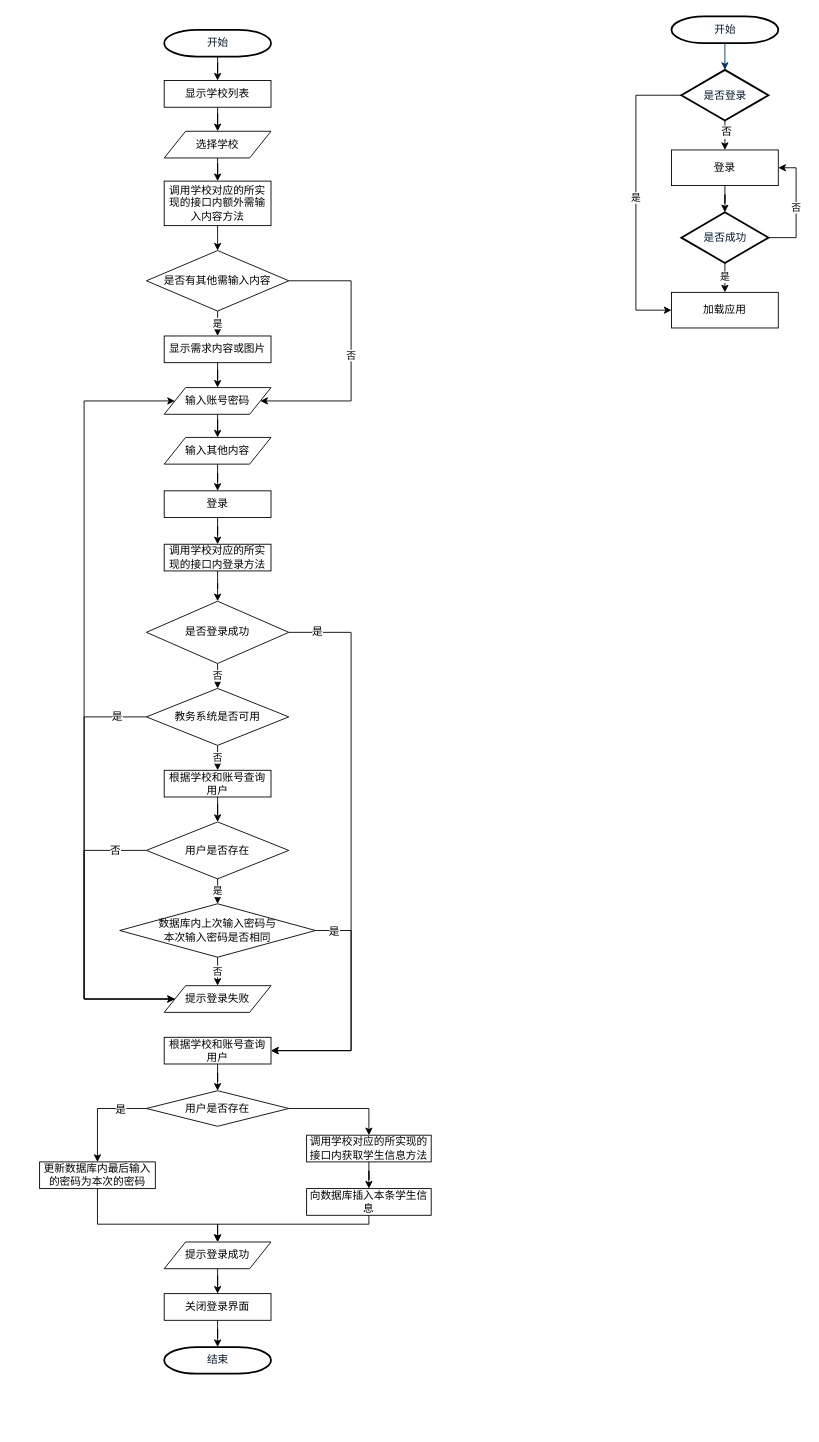
This is public/流程图.drawio from CodeMonkeyJeffGT/youBack, a draw.io file, before an edit. Source tidied: cells renumbered, new cells numbered last; positions are measured from the earlier drawing's top-left corner, leaving out a move shared by most shapes. Both pictures are drawn from the tidied source at 89%, with x=0, y=0 at pixel (39, 16).
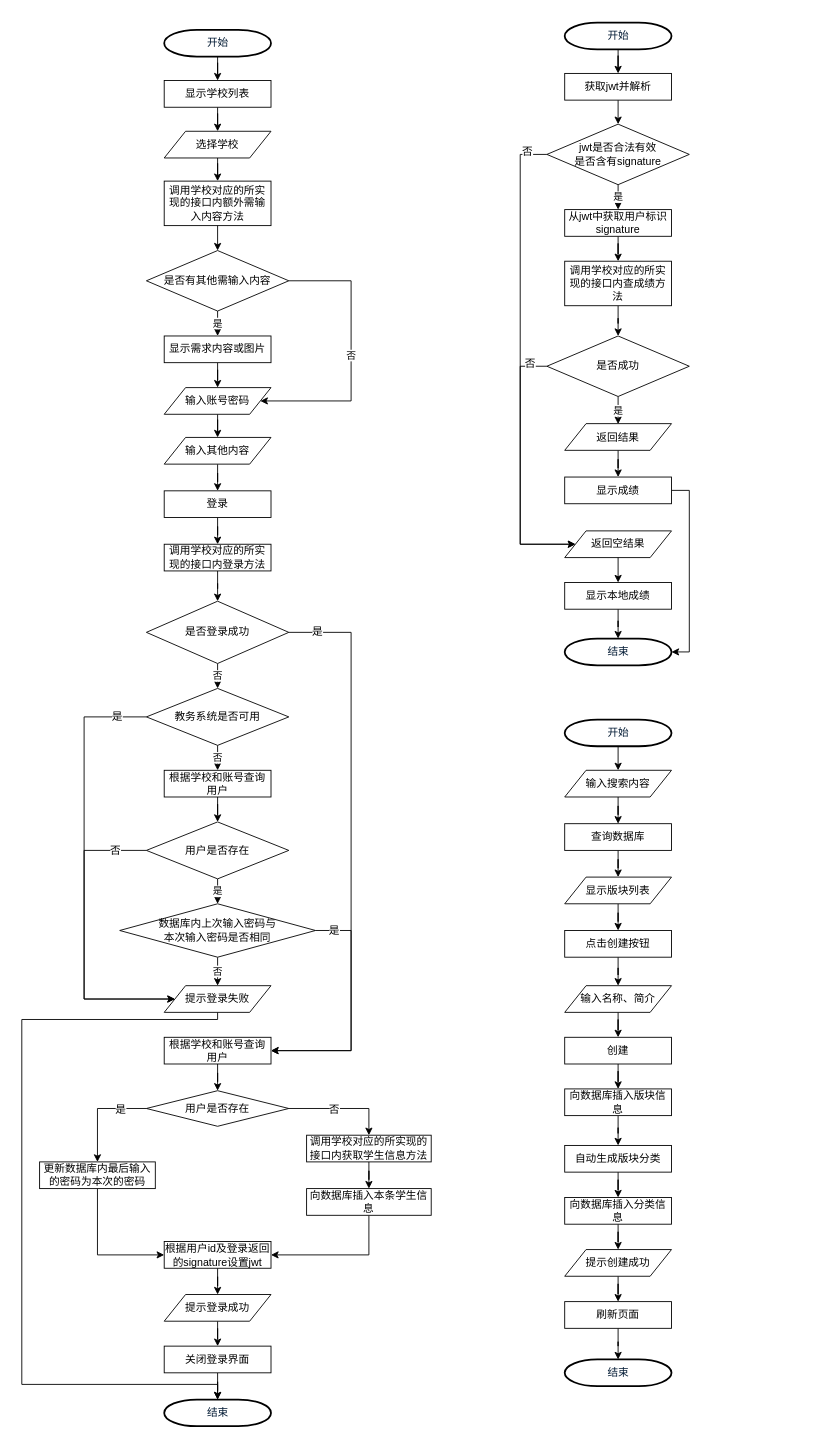
Above is the later version.

Commit message (it also covers changes not shown here):
更新流程图.drawio

The change refers to these unchanged cells:
```xml
<mxCell id="21" value="输入账号密码" style="shape=parallelogram;perimeter=parallelogramPerimeter;whiteSpace=wrap;html=1;" parent="1" vertex="1">
  <mxGeometry x="140" y="417" width="120" height="30" as="geometry" />
</mxCell>
<mxCell id="54" value="提示登录失败" style="shape=parallelogram;perimeter=parallelogramPerimeter;whiteSpace=wrap;html=1;" parent="1" vertex="1">
  <mxGeometry x="140" y="1089" width="120" height="30" as="geometry" />
</mxCell>
<mxCell id="64" style="edgeStyle=orthogonalEdgeStyle;rounded=0;jettySize=auto;html=1;entryX=0.5;entryY=0;entryDx=0;entryDy=0;" parent="1" edge="1" source="65" target="69">
  <mxGeometry relative="1" as="geometry" />
</mxCell>
<mxCell id="67" value="更新数据库内最后输入的密码为本次的密码" style="rounded=0;whiteSpace=wrap;html=1;" parent="1" vertex="1">
  <mxGeometry y="1287" width="130" height="30" as="geometry" />
</mxCell>
<mxCell id="71" value="向数据库插入本条学生信息" style="rounded=0;whiteSpace=wrap;html=1;" parent="1" vertex="1">
  <mxGeometry x="300" y="1317" width="140" height="30" as="geometry" />
</mxCell>
```

What changed in the source:
```diff
@@
-    <mxCell id="4" value="开始" style="shape=mxgraph.flowchart.terminator;fillColor=#FFFFFF;strokeColor=#000000;strokeWidth=2;gradientColor=none;gradientDirection=north;fontColor=#001933;fontStyle=0;html=1;" parent="1" vertex="1">
-      <mxGeometry x="710" width="120" height="30" as="geometry" />
-    </mxCell>
-    <mxCell id="5" style="fontColor=#001933;fontStyle=1;strokeColor=#003366;strokeWidth=1;html=1;entryX=0.5;entryY=0;entryDx=0;entryDy=0;entryPerimeter=0;" parent="1" edge="1" source="4" target="9">
-      <mxGeometry relative="1" as="geometry" />
-    </mxCell>
-    <mxCell id="6" style="edgeStyle=orthogonalEdgeStyle;rounded=0;jettySize=auto;html=1;entryX=0.5;entryY=0;entryDx=0;entryDy=0;" parent="1" edge="1" source="9" target="11">
-      <mxGeometry relative="1" as="geometry" />
-    </mxCell>
-    <mxCell id="7" value="否" style="text;html=1;align=center;verticalAlign=middle;labelBackgroundColor=#ffffff;" parent="6" vertex="1">
-      <mxGeometry x="0.37" y="1" relative="1" as="geometry">
-        <mxPoint y="-6" as="offset" />
-      </mxGeometry>
-    </mxCell>
-    <mxCell id="8" value="是" style="edgeStyle=orthogonalEdgeStyle;rounded=0;jettySize=auto;html=1;entryX=0;entryY=0.5;entryDx=0;entryDy=0;" parent="1" edge="1" source="9" target="15">
-      <mxGeometry relative="1" as="geometry">
-        <Array as="points">
-          <mxPoint x="670" y="89" />
-          <mxPoint x="670" y="330" />
-        </Array>
-      </mxGeometry>
-    </mxCell>
-    <mxCell id="9" value="是否登录" style="shape=mxgraph.flowchart.decision;fillColor=#FFFFFF;strokeColor=#000000;strokeWidth=2;gradientColor=none;gradientDirection=north;fontColor=#001933;fontStyle=0;html=1;" parent="1" vertex="1">
-      <mxGeometry x="721" y="60" width="98" height="57" as="geometry" />
-    </mxCell>
-    <mxCell id="10" style="edgeStyle=orthogonalEdgeStyle;rounded=0;jettySize=auto;html=1;entryX=0.5;entryY=0;entryDx=0;entryDy=0;entryPerimeter=0;" parent="1" edge="1" source="11" target="14">
-      <mxGeometry relative="1" as="geometry" />
-    </mxCell>
-    <mxCell id="11" value="登录" style="rounded=0;whiteSpace=wrap;html=1;" parent="1" vertex="1">
-      <mxGeometry x="710" y="150" width="120" height="40" as="geometry" />
-    </mxCell>
-    <mxCell id="12" value="否" style="edgeStyle=orthogonalEdgeStyle;rounded=0;jettySize=auto;html=1;entryX=1;entryY=0.5;entryDx=0;entryDy=0;" parent="1" edge="1" source="14" target="11">
-      <mxGeometry relative="1" as="geometry">
-        <Array as="points">
-          <mxPoint x="850" y="249" />
-          <mxPoint x="850" y="170" />
-        </Array>
-      </mxGeometry>
-    </mxCell>
-    <mxCell id="13" value="是" style="edgeStyle=orthogonalEdgeStyle;rounded=0;jettySize=auto;html=1;entryX=0.5;entryY=0;entryDx=0;entryDy=0;" parent="1" edge="1" source="14" target="15">
-      <mxGeometry relative="1" as="geometry" />
-    </mxCell>
-    <mxCell id="14" value="是否成功" style="shape=mxgraph.flowchart.decision;fillColor=#FFFFFF;strokeColor=#000000;strokeWidth=2;gradientColor=none;gradientDirection=north;fontColor=#001933;fontStyle=0;html=1;" parent="1" vertex="1">
-      <mxGeometry x="721" y="220" width="98" height="57" as="geometry" />
-    </mxCell>
-    <mxCell id="15" value="加载应用" style="rounded=0;whiteSpace=wrap;html=1;" parent="1" vertex="1">
-      <mxGeometry x="710" y="310" width="120" height="40" as="geometry" />
-    </mxCell>
@@
-    <mxCell id="53" style="edgeStyle=orthogonalEdgeStyle;rounded=0;jettySize=auto;html=1;entryX=0;entryY=0.5;entryDx=0;entryDy=0;" parent="1" edge="1" source="54" target="21">
-      <mxGeometry relative="1" as="geometry">
-        <Array as="points">
-          <mxPoint x="50" y="1104" />
-          <mxPoint x="50" y="432" />
-        </Array>
-      </mxGeometry>
-    </mxCell>
+    <mxCell id="72" style="edgeStyle=orthogonalEdgeStyle;rounded=0;jettySize=auto;html=1;entryX=0.5;entryY=0;entryDx=0;entryDy=0;entryPerimeter=0;exitX=0.5;exitY=1;exitDx=0;exitDy=0;" parent="1" edge="1" source="54" target="59">
+      <mxGeometry relative="1" as="geometry">
+        <Array as="points">
+          <mxPoint x="200" y="1127" />
+          <mxPoint x="-20" y="1127" />
+          <mxPoint x="-20" y="1537" />
+          <mxPoint x="200" y="1537" />
+        </Array>
+      </mxGeometry>
+    </mxCell>
@@
     <mxCell id="56" value="提示登录成功" style="shape=parallelogram;perimeter=parallelogramPerimeter;whiteSpace=wrap;html=1;" parent="1" vertex="1">
-      <mxGeometry x="140" y="1377" width="120" height="30" as="geometry" />
+      <mxGeometry x="140" y="1436" width="120" height="30" as="geometry" />
     </mxCell>
@@
     <mxCell id="58" value="关闭登录界面" style="rounded=0;whiteSpace=wrap;html=1;" parent="1" vertex="1">
-      <mxGeometry x="140" y="1435" width="120" height="30" as="geometry" />
+      <mxGeometry x="140" y="1494" width="120" height="30" as="geometry" />
     </mxCell>
     <mxCell id="59" value="结束" style="shape=mxgraph.flowchart.terminator;fillColor=#FFFFFF;strokeColor=#000000;strokeWidth=2;gradientColor=none;gradientDirection=north;fontColor=#001933;fontStyle=0;html=1;" parent="1" vertex="1">
-      <mxGeometry x="140" y="1495" width="120" height="30" as="geometry" />
+      <mxGeometry x="140" y="1554" width="120" height="30" as="geometry" />
     </mxCell>
@@
+    <mxCell id="73" value="否" style="text;html=1;align=center;verticalAlign=middle;labelBackgroundColor=#ffffff;" parent="64" vertex="1">
+      <mxGeometry x="-0.17" y="-4" relative="1" as="geometry">
+        <mxPoint y="-4" as="offset" />
+      </mxGeometry>
+    </mxCell>
@@
-    <mxCell id="66" style="edgeStyle=orthogonalEdgeStyle;rounded=0;jettySize=auto;html=1;entryX=0.5;entryY=0;entryDx=0;entryDy=0;" parent="1" edge="1" source="67" target="56">
-      <mxGeometry relative="1" as="geometry">
-        <Array as="points">
-          <mxPoint x="65" y="1357" />
-          <mxPoint x="200" y="1357" />
-        </Array>
-      </mxGeometry>
-    </mxCell>
+    <mxCell id="74" style="edgeStyle=orthogonalEdgeStyle;rounded=0;jettySize=auto;html=1;entryX=0;entryY=0.5;entryDx=0;entryDy=0;" parent="1" edge="1" source="67" target="81">
+      <mxGeometry relative="1" as="geometry">
+        <Array as="points">
+          <mxPoint x="65" y="1392" />
+        </Array>
+      </mxGeometry>
+    </mxCell>
@@
-    <mxCell id="70" style="edgeStyle=orthogonalEdgeStyle;rounded=0;jettySize=auto;html=1;entryX=0.5;entryY=0;entryDx=0;entryDy=0;" parent="1" edge="1" source="71" target="56">
-      <mxGeometry relative="1" as="geometry">
-        <Array as="points">
-          <mxPoint x="370" y="1357" />
-          <mxPoint x="200" y="1357" />
-        </Array>
-      </mxGeometry>
-    </mxCell>
+    <mxCell id="75" style="edgeStyle=orthogonalEdgeStyle;rounded=0;jettySize=auto;html=1;entryX=1;entryY=0.5;entryDx=0;entryDy=0;" parent="1" edge="1" source="71" target="81">
+      <mxGeometry relative="1" as="geometry">
+        <Array as="points">
+          <mxPoint x="370" y="1392" />
+        </Array>
+      </mxGeometry>
+    </mxCell>
@@
+    <mxCell id="76" style="edgeStyle=orthogonalEdgeStyle;rounded=0;jettySize=auto;html=1;entryX=0.5;entryY=0;entryDx=0;entryDy=0;" parent="1" edge="1" source="77" target="79">
+      <mxGeometry relative="1" as="geometry" />
+    </mxCell>
+    <mxCell id="77" value="开始" style="shape=mxgraph.flowchart.terminator;fillColor=#FFFFFF;strokeColor=#000000;strokeWidth=2;gradientColor=none;gradientDirection=north;fontColor=#001933;fontStyle=0;html=1;" parent="1" vertex="1">
+      <mxGeometry x="590" y="7" width="120" height="30" as="geometry" />
+    </mxCell>
+    <mxCell id="78" style="edgeStyle=orthogonalEdgeStyle;rounded=0;jettySize=auto;html=1;entryX=0.5;entryY=0;entryDx=0;entryDy=0;" parent="1" edge="1" source="79">
+      <mxGeometry relative="1" as="geometry">
+        <mxPoint x="650" y="121" as="targetPoint" />
+      </mxGeometry>
+    </mxCell>
+    <mxCell id="79" value="获取jwt并解析" style="rounded=0;whiteSpace=wrap;html=1;" parent="1" vertex="1">
+      <mxGeometry x="590" y="64" width="120" height="30" as="geometry" />
+    </mxCell>
+    <mxCell id="80" style="edgeStyle=orthogonalEdgeStyle;rounded=0;jettySize=auto;html=1;entryX=0.5;entryY=0;entryDx=0;entryDy=0;" parent="1" edge="1" source="81" target="56">
+      <mxGeometry relative="1" as="geometry" />
+    </mxCell>
+    <mxCell id="81" value="根据用户id及登录返回的signature设置jwt" style="rounded=0;whiteSpace=wrap;html=1;" parent="1" vertex="1">
+      <mxGeometry x="140" y="1376.5" width="120" height="30" as="geometry" />
+    </mxCell>
+    <mxCell id="82" value="是" style="edgeStyle=orthogonalEdgeStyle;rounded=0;jettySize=auto;html=1;entryX=0.5;entryY=0;entryDx=0;entryDy=0;" parent="1" edge="1" source="85" target="89">
+      <mxGeometry relative="1" as="geometry" />
+    </mxCell>
+    <mxCell id="83" style="edgeStyle=orthogonalEdgeStyle;rounded=0;jettySize=auto;html=1;entryX=0;entryY=0.5;entryDx=0;entryDy=0;" parent="1" edge="1" source="85" target="103">
+      <mxGeometry relative="1" as="geometry">
+        <Array as="points">
+          <mxPoint x="540" y="155" />
+          <mxPoint x="540" y="593" />
+        </Array>
+      </mxGeometry>
+    </mxCell>
+    <mxCell id="84" value="否" style="text;html=1;align=center;verticalAlign=middle;labelBackgroundColor=#ffffff;" parent="83" vertex="1">
+      <mxGeometry x="-0.94" y="-1" relative="1" as="geometry">
+        <mxPoint x="-7" y="-3" as="offset" />
+      </mxGeometry>
+    </mxCell>
+    <mxCell id="85" value="jwt是否合法有效&lt;br&gt;是否含有signature" style="rhombus;whiteSpace=wrap;html=1;" parent="1" vertex="1">
+      <mxGeometry x="570" y="121" width="160" height="68" as="geometry" />
+    </mxCell>
+    <mxCell id="86" style="edgeStyle=orthogonalEdgeStyle;rounded=0;jettySize=auto;html=1;entryX=0.5;entryY=0;entryDx=0;entryDy=0;" parent="1" edge="1" source="87" target="14">
+      <mxGeometry relative="1" as="geometry" />
+    </mxCell>
+    <mxCell id="87" value="调用学校对应的所实现的接口内查成绩方法" style="rounded=0;whiteSpace=wrap;html=1;" parent="1" vertex="1">
+      <mxGeometry x="590" y="275" width="120" height="50" as="geometry" />
+    </mxCell>
+    <mxCell id="88" style="edgeStyle=orthogonalEdgeStyle;rounded=0;jettySize=auto;html=1;entryX=0.5;entryY=0;entryDx=0;entryDy=0;" parent="1" edge="1" source="89" target="87">
+      <mxGeometry relative="1" as="geometry" />
+    </mxCell>
+    <mxCell id="89" value="从jwt中获取用户标识signature" style="rounded=0;whiteSpace=wrap;html=1;" parent="1" vertex="1">
+      <mxGeometry x="590" y="217" width="120" height="30" as="geometry" />
+    </mxCell>
+    <mxCell id="90" value="是" style="edgeStyle=orthogonalEdgeStyle;rounded=0;jettySize=auto;html=1;entryX=0.5;entryY=0;entryDx=0;entryDy=0;" parent="1" edge="1" source="14">
+      <mxGeometry relative="1" as="geometry">
+        <mxPoint x="650" y="458" as="targetPoint" />
+      </mxGeometry>
+    </mxCell>
+    <mxCell id="91" style="edgeStyle=orthogonalEdgeStyle;rounded=0;jettySize=auto;html=1;entryX=0;entryY=0.5;entryDx=0;entryDy=0;" parent="1" edge="1" source="14" target="103">
+      <mxGeometry relative="1" as="geometry">
+        <Array as="points">
+          <mxPoint x="540" y="393" />
+          <mxPoint x="540" y="593" />
+        </Array>
+      </mxGeometry>
+    </mxCell>
+    <mxCell id="92" value="否" style="text;html=1;align=center;verticalAlign=middle;labelBackgroundColor=#ffffff;" parent="91" vertex="1">
+      <mxGeometry x="-0.92" y="1" relative="1" as="geometry">
+        <mxPoint x="-8" y="-5" as="offset" />
+      </mxGeometry>
+    </mxCell>
+    <mxCell id="14" value="是否成功" style="rhombus;whiteSpace=wrap;html=1;" parent="1" vertex="1">
+      <mxGeometry x="570" y="359" width="160" height="68" as="geometry" />
+    </mxCell>
+    <mxCell id="93" style="edgeStyle=orthogonalEdgeStyle;rounded=0;jettySize=auto;html=1;entryX=0.5;entryY=0;entryDx=0;entryDy=0;" parent="1" edge="1" target="95">
+      <mxGeometry relative="1" as="geometry">
+        <mxPoint x="650" y="607" as="sourcePoint" />
+      </mxGeometry>
+    </mxCell>
+    <mxCell id="94" style="edgeStyle=orthogonalEdgeStyle;rounded=0;jettySize=auto;html=1;entryX=0.5;entryY=0;entryDx=0;entryDy=0;entryPerimeter=0;" parent="1" edge="1" source="95" target="96">
+      <mxGeometry relative="1" as="geometry" />
+    </mxCell>
+    <mxCell id="95" value="显示本地成绩" style="rounded=0;whiteSpace=wrap;html=1;" parent="1" vertex="1">
+      <mxGeometry x="590" y="636" width="120" height="30" as="geometry" />
+    </mxCell>
+    <mxCell id="96" value="结束" style="shape=mxgraph.flowchart.terminator;fillColor=#FFFFFF;strokeColor=#000000;strokeWidth=2;gradientColor=none;gradientDirection=north;fontColor=#001933;fontStyle=0;html=1;" parent="1" vertex="1">
+      <mxGeometry x="590" y="699" width="120" height="30" as="geometry" />
+    </mxCell>
+    <mxCell id="97" style="edgeStyle=orthogonalEdgeStyle;rounded=0;jettySize=auto;html=1;entryX=0.5;entryY=0;entryDx=0;entryDy=0;" parent="1" edge="1" source="98">
+      <mxGeometry relative="1" as="geometry">
+        <mxPoint x="650" y="847" as="targetPoint" />
+      </mxGeometry>
+    </mxCell>
+    <mxCell id="98" value="开始" style="shape=mxgraph.flowchart.terminator;fillColor=#FFFFFF;strokeColor=#000000;strokeWidth=2;gradientColor=none;gradientDirection=north;fontColor=#001933;fontStyle=0;html=1;" parent="1" vertex="1">
+      <mxGeometry x="590" y="790" width="120" height="30" as="geometry" />
+    </mxCell>
+    <mxCell id="99" style="edgeStyle=orthogonalEdgeStyle;rounded=0;jettySize=auto;html=1;entryX=0.5;entryY=0;entryDx=0;entryDy=0;" parent="1" edge="1" source="100" target="102">
+      <mxGeometry relative="1" as="geometry" />
+    </mxCell>
+    <mxCell id="100" value="返回结果" style="shape=parallelogram;perimeter=parallelogramPerimeter;whiteSpace=wrap;html=1;" parent="1" vertex="1">
+      <mxGeometry x="590" y="457.5" width="120" height="30" as="geometry" />
+    </mxCell>
+    <mxCell id="101" style="edgeStyle=orthogonalEdgeStyle;rounded=0;jettySize=auto;html=1;entryX=1;entryY=0.5;entryDx=0;entryDy=0;entryPerimeter=0;" parent="1" edge="1" source="102" target="96">
+      <mxGeometry relative="1" as="geometry">
+        <Array as="points">
+          <mxPoint x="730" y="533" />
+          <mxPoint x="730" y="714" />
+        </Array>
+      </mxGeometry>
+    </mxCell>
+    <mxCell id="102" value="显示成绩" style="rounded=0;whiteSpace=wrap;html=1;" parent="1" vertex="1">
+      <mxGeometry x="590" y="517.5" width="120" height="30" as="geometry" />
+    </mxCell>
+    <mxCell id="103" value="返回空结果" style="shape=parallelogram;perimeter=parallelogramPerimeter;whiteSpace=wrap;html=1;" parent="1" vertex="1">
+      <mxGeometry x="590" y="578" width="120" height="30" as="geometry" />
+    </mxCell>
+    <mxCell id="104" style="edgeStyle=orthogonalEdgeStyle;rounded=0;jettySize=auto;html=1;entryX=0.5;entryY=0;entryDx=0;entryDy=0;" parent="1" edge="1" source="105" target="107">
+      <mxGeometry relative="1" as="geometry" />
+    </mxCell>
+    <mxCell id="105" value="输入搜索内容" style="shape=parallelogram;perimeter=parallelogramPerimeter;whiteSpace=wrap;html=1;" parent="1" vertex="1">
+      <mxGeometry x="590" y="847" width="120" height="30" as="geometry" />
+    </mxCell>
+    <mxCell id="106" style="edgeStyle=orthogonalEdgeStyle;rounded=0;jettySize=auto;html=1;entryX=0.5;entryY=0;entryDx=0;entryDy=0;" parent="1" edge="1" source="107" target="109">
+      <mxGeometry relative="1" as="geometry" />
+    </mxCell>
+    <mxCell id="107" value="查询数据库" style="rounded=0;whiteSpace=wrap;html=1;" parent="1" vertex="1">
+      <mxGeometry x="590" y="907" width="120" height="30" as="geometry" />
+    </mxCell>
+    <mxCell id="108" style="edgeStyle=orthogonalEdgeStyle;rounded=0;jettySize=auto;html=1;entryX=0.5;entryY=0;entryDx=0;entryDy=0;" parent="1" edge="1" source="109" target="111">
+      <mxGeometry relative="1" as="geometry" />
+    </mxCell>
+    <mxCell id="109" value="显示版块列表" style="shape=parallelogram;perimeter=parallelogramPerimeter;whiteSpace=wrap;html=1;" parent="1" vertex="1">
+      <mxGeometry x="590" y="967" width="120" height="30" as="geometry" />
+    </mxCell>
+    <mxCell id="110" style="edgeStyle=orthogonalEdgeStyle;rounded=0;jettySize=auto;html=1;" parent="1" edge="1" source="111" target="113">
+      <mxGeometry relative="1" as="geometry" />
+    </mxCell>
+    <mxCell id="111" value="点击创建按钮" style="rounded=0;whiteSpace=wrap;html=1;" parent="1" vertex="1">
+      <mxGeometry x="590" y="1027" width="120" height="30" as="geometry" />
+    </mxCell>
+    <mxCell id="112" style="edgeStyle=orthogonalEdgeStyle;rounded=0;jettySize=auto;html=1;entryX=0.5;entryY=0;entryDx=0;entryDy=0;" parent="1" edge="1" source="113" target="115">
+      <mxGeometry relative="1" as="geometry" />
+    </mxCell>
+    <mxCell id="113" value="输入名称、简介" style="shape=parallelogram;perimeter=parallelogramPerimeter;whiteSpace=wrap;html=1;" parent="1" vertex="1">
+      <mxGeometry x="590" y="1089" width="120" height="30" as="geometry" />
+    </mxCell>
+    <mxCell id="114" style="edgeStyle=orthogonalEdgeStyle;rounded=0;jettySize=auto;html=1;entryX=0.5;entryY=0;entryDx=0;entryDy=0;" parent="1" edge="1" source="115" target="117">
+      <mxGeometry relative="1" as="geometry" />
+    </mxCell>
+    <mxCell id="115" value="创建" style="rounded=0;whiteSpace=wrap;html=1;" parent="1" vertex="1">
+      <mxGeometry x="590" y="1147" width="120" height="30" as="geometry" />
+    </mxCell>
+    <mxCell id="116" style="edgeStyle=orthogonalEdgeStyle;rounded=0;jettySize=auto;html=1;" parent="1" edge="1" source="117" target="119">
+      <mxGeometry relative="1" as="geometry" />
+    </mxCell>
+    <mxCell id="117" value="向数据库插入版块信息" style="rounded=0;whiteSpace=wrap;html=1;" parent="1" vertex="1">
+      <mxGeometry x="590" y="1205" width="120" height="30" as="geometry" />
+    </mxCell>
+    <mxCell id="118" style="edgeStyle=orthogonalEdgeStyle;rounded=0;jettySize=auto;html=1;" parent="1" edge="1" source="119" target="121">
+      <mxGeometry relative="1" as="geometry" />
+    </mxCell>
+    <mxCell id="119" value="自动生成版块分类" style="rounded=0;whiteSpace=wrap;html=1;" parent="1" vertex="1">
+      <mxGeometry x="590" y="1268.5" width="120" height="30" as="geometry" />
+    </mxCell>
+    <mxCell id="120" style="edgeStyle=orthogonalEdgeStyle;rounded=0;jettySize=auto;html=1;entryX=0.5;entryY=0;entryDx=0;entryDy=0;" parent="1" edge="1" source="121" target="123">
+      <mxGeometry relative="1" as="geometry" />
+    </mxCell>
+    <mxCell id="121" value="向数据库插入分类信息" style="rounded=0;whiteSpace=wrap;html=1;" parent="1" vertex="1">
+      <mxGeometry x="590" y="1327" width="120" height="30" as="geometry" />
+    </mxCell>
+    <mxCell id="122" style="edgeStyle=orthogonalEdgeStyle;rounded=0;jettySize=auto;html=1;entryX=0.5;entryY=0;entryDx=0;entryDy=0;" parent="1" edge="1" source="123" target="125">
+      <mxGeometry relative="1" as="geometry" />
+    </mxCell>
+    <mxCell id="123" value="提示创建成功" style="shape=parallelogram;perimeter=parallelogramPerimeter;whiteSpace=wrap;html=1;" parent="1" vertex="1">
+      <mxGeometry x="590" y="1385.5" width="120" height="30" as="geometry" />
+    </mxCell>
+    <mxCell id="124" style="edgeStyle=orthogonalEdgeStyle;rounded=0;jettySize=auto;html=1;entryX=0.5;entryY=0;entryDx=0;entryDy=0;entryPerimeter=0;" parent="1" edge="1" source="125" target="126">
+      <mxGeometry relative="1" as="geometry" />
+    </mxCell>
+    <mxCell id="125" value="刷新页面" style="rounded=0;whiteSpace=wrap;html=1;" parent="1" vertex="1">
+      <mxGeometry x="590" y="1444" width="120" height="30" as="geometry" />
+    </mxCell>
+    <mxCell id="126" value="结束" style="shape=mxgraph.flowchart.terminator;fillColor=#FFFFFF;strokeColor=#000000;strokeWidth=2;gradientColor=none;gradientDirection=north;fontColor=#001933;fontStyle=0;html=1;" parent="1" vertex="1">
+      <mxGeometry x="590" y="1509" width="120" height="30" as="geometry" />
+    </mxCell>
```
